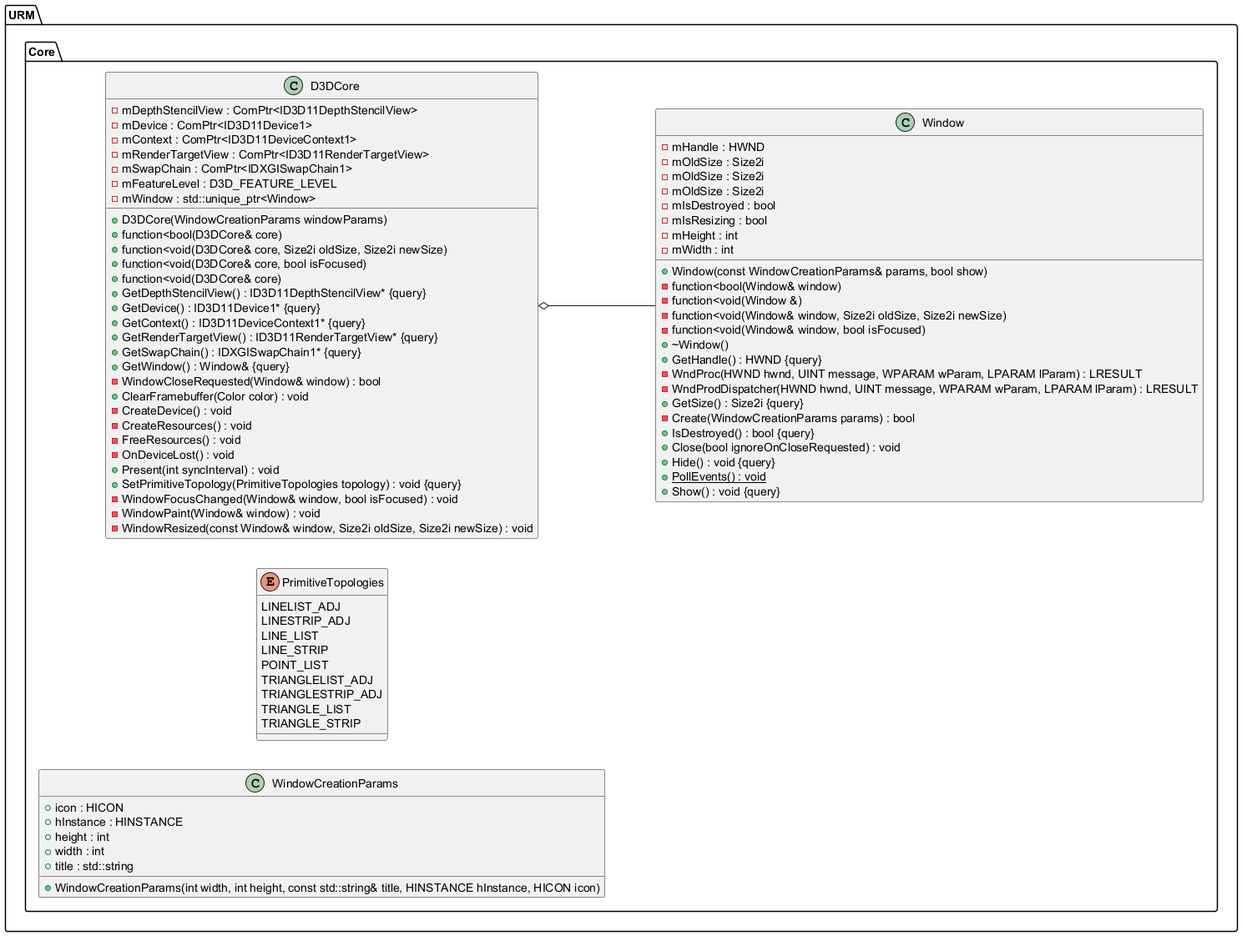
Above: Latex/images/UML/core.png in MinikPLayer/MasterThesis_UniversalRenderingModule_D3D11 (PlantUML), before the change.
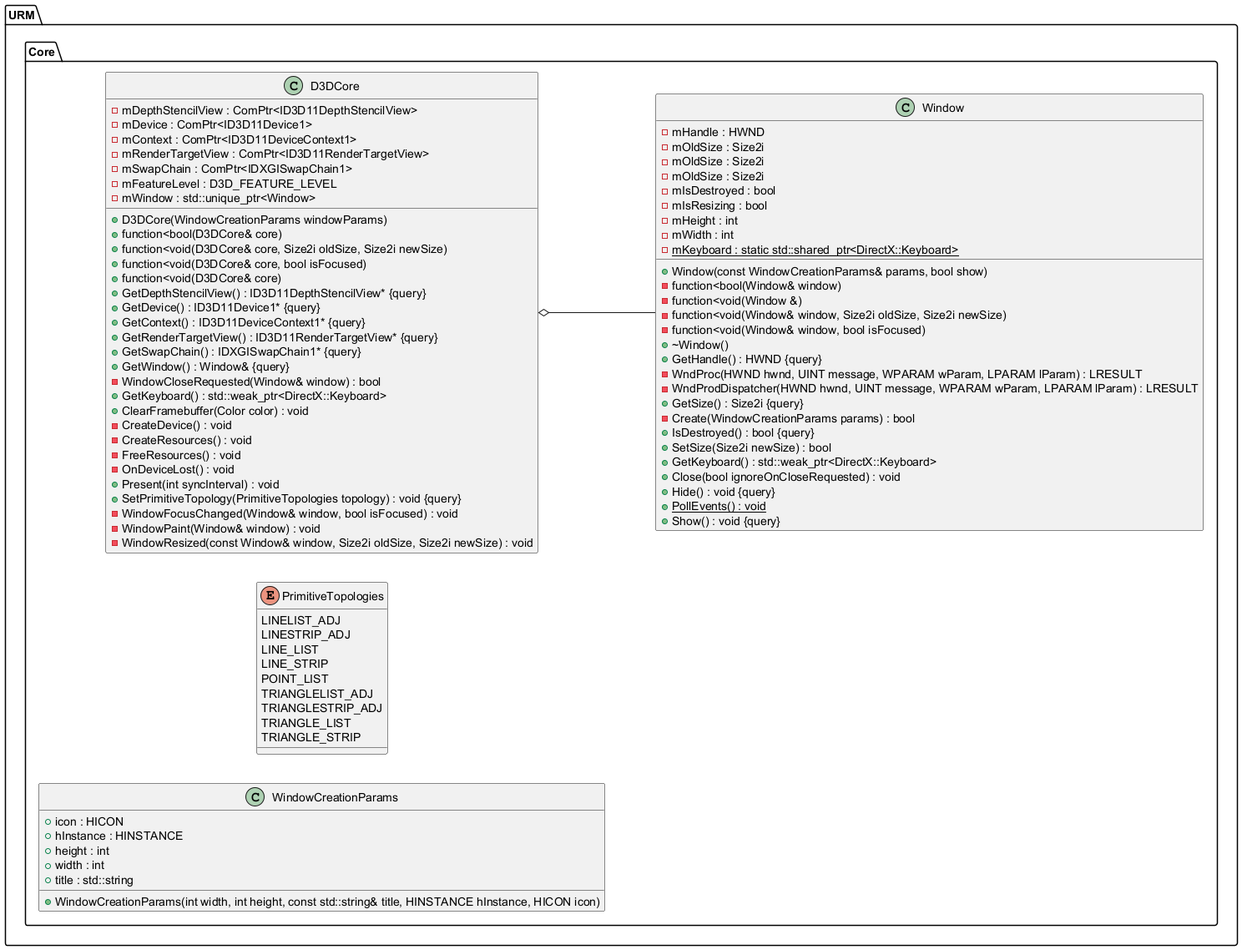
After the change.

What changed in the source:
```diff
@@ -28,6 +28,7 @@
 			+GetWindow() : Window& {query}
 			-WindowCloseRequested(Window& window) : bool
 			-mWindow : std::unique_ptr<Window>
+			+GetKeyboard() : std::weak_ptr<DirectX::Keyboard>
 			+ClearFramebuffer(Color color) : void
 			-CreateDevice() : void
 			-CreateResources() : void
@@ -57,10 +58,13 @@
 			-mOldSize : Size2i
 			-Create(WindowCreationParams params) : bool
 			+IsDestroyed() : bool {query}
+			+SetSize(Size2i newSize) : bool
 			-mIsDestroyed : bool
 			-mIsResizing : bool
 			-mHeight : int
 			-mWidth : int
+			-{static} mKeyboard : static std::shared_ptr<DirectX::Keyboard>
+			+GetKeyboard() : std::weak_ptr<DirectX::Keyboard>
 			+Close(bool ignoreOnCloseRequested) : void
 			+Hide() : void {query}
 			+{static} PollEvents() : void
```
